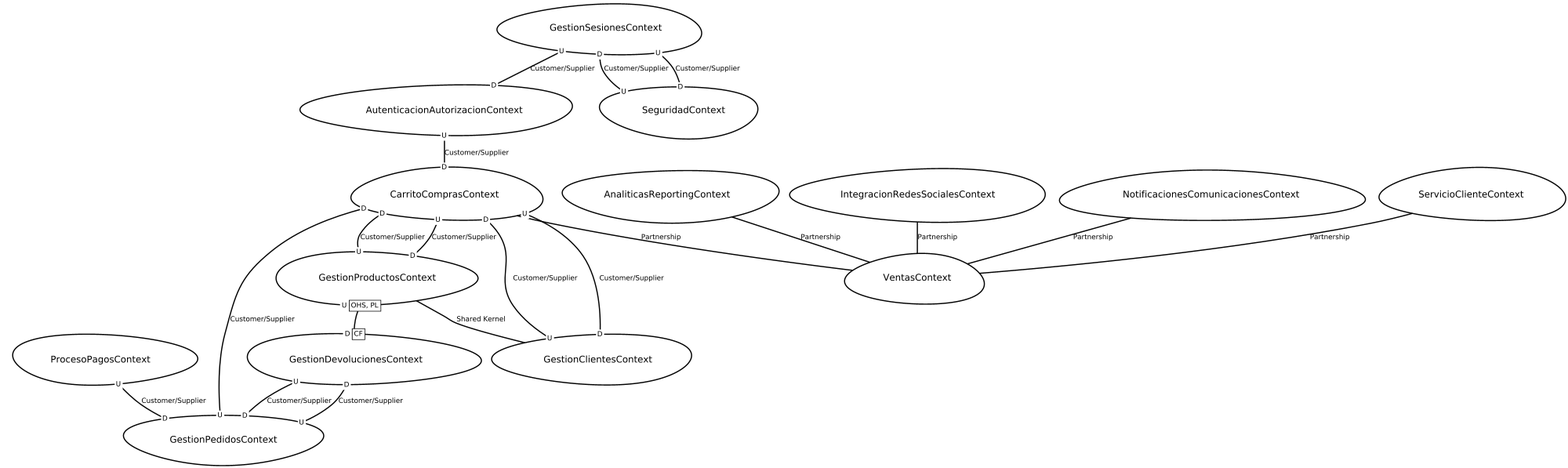
This is src-gen/LAB02_proyectoEcomerce_ContexMapper_ContextMap.png from Jhonat20/LAB02_proyectoEcomerce_ContexMapper, a Graphviz export, as it was before one commit. Its source is kept beside it as src-gen/LAB02_proyectoEcomerce_ContexMapper_ContextMap.gv.
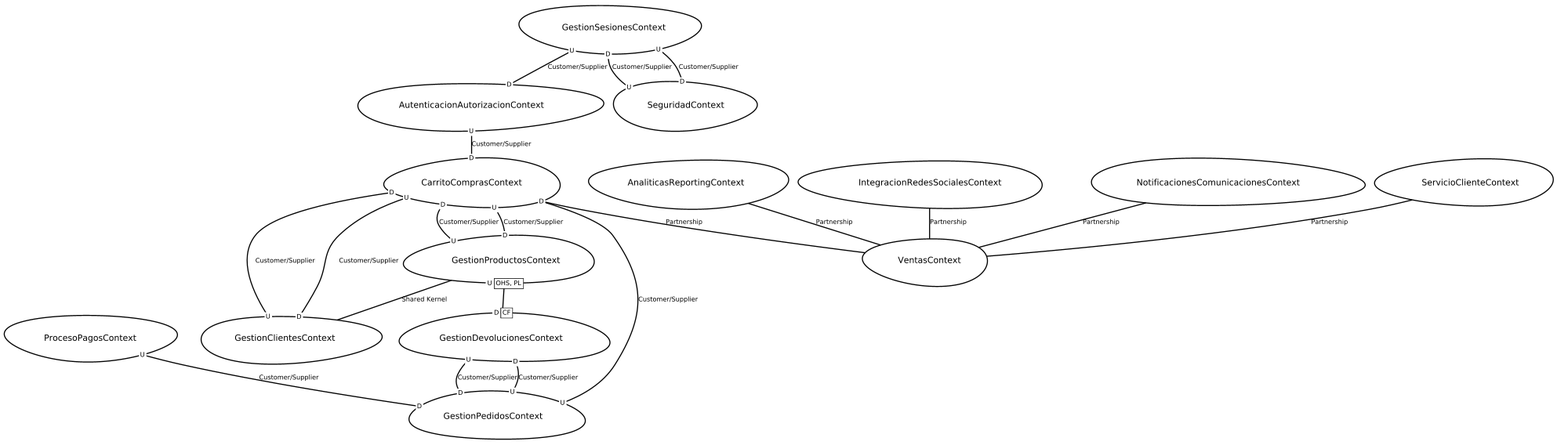
After the change.

The edit, as a diff of the source:
```diff
@@ -1,19 +1,19 @@
 digraph "ContextMapGraph" {
 graph ["imagepath"="/tmp/GraphvizJava"]
-"AnaliticasReportingContext" ["margin"="0.3","orientation"="189","shape"="egg","fontsize"="16","style"="bold","label"="AnaliticasReportingContext\n","fontname"="sans-serif"]
-"VentasContext" ["margin"="0.3","orientation"="171","shape"="egg","fontsize"="16","style"="bold","label"="VentasContext\n","fontname"="sans-serif"]
-"AutenticacionAutorizacionContext" ["margin"="0.3","orientation"="262","shape"="egg","fontsize"="16","style"="bold","label"="AutenticacionAutorizacionContext\n","fontname"="sans-serif"]
-"CarritoComprasContext" ["margin"="0.3","orientation"="28","shape"="egg","fontsize"="16","style"="bold","label"="CarritoComprasContext\n","fontname"="sans-serif"]
-"GestionProductosContext" ["margin"="0.3","orientation"="330","shape"="egg","fontsize"="16","style"="bold","label"="GestionProductosContext\n","fontname"="sans-serif"]
-"GestionClientesContext" ["margin"="0.3","orientation"="235","shape"="egg","fontsize"="16","style"="bold","label"="GestionClientesContext\n","fontname"="sans-serif"]
-"GestionDevolucionesContext" ["margin"="0.3","orientation"="97","shape"="egg","fontsize"="16","style"="bold","label"="GestionDevolucionesContext\n","fontname"="sans-serif"]
-"GestionPedidosContext" ["margin"="0.3","orientation"="270","shape"="egg","fontsize"="16","style"="bold","label"="GestionPedidosContext\n","fontname"="sans-serif"]
-"GestionSesionesContext" ["margin"="0.3","orientation"="22","shape"="egg","fontsize"="16","style"="bold","label"="GestionSesionesContext\n","fontname"="sans-serif"]
-"SeguridadContext" ["margin"="0.3","orientation"="213","shape"="egg","fontsize"="16","style"="bold","label"="SeguridadContext\n","fontname"="sans-serif"]
-"IntegracionRedesSocialesContext" ["margin"="0.3","orientation"="68","shape"="egg","fontsize"="16","style"="bold","label"="IntegracionRedesSocialesContext\n","fontname"="sans-serif"]
-"NotificacionesComunicacionesContext" ["margin"="0.3","orientation"="270","shape"="egg","fontsize"="16","style"="bold","label"="NotificacionesComunicacionesContext\n","fontname"="sans-serif"]
-"ProcesoPagosContext" ["margin"="0.3","orientation"="16","shape"="egg","fontsize"="16","style"="bold","label"="ProcesoPagosContext\n","fontname"="sans-serif"]
-"ServicioClienteContext" ["margin"="0.3","orientation"="305","shape"="egg","fontsize"="16","style"="bold","label"="ServicioClienteContext\n","fontname"="sans-serif"]
+"AnaliticasReportingContext" ["margin"="0.3","orientation"="313","shape"="egg","fontsize"="16","style"="bold","label"="AnaliticasReportingContext\n","fontname"="sans-serif"]
+"VentasContext" ["margin"="0.3","orientation"="36","shape"="egg","fontsize"="16","style"="bold","label"="VentasContext\n","fontname"="sans-serif"]
+"AutenticacionAutorizacionContext" ["margin"="0.3","orientation"="186","shape"="egg","fontsize"="16","style"="bold","label"="AutenticacionAutorizacionContext\n","fontname"="sans-serif"]
+"CarritoComprasContext" ["margin"="0.3","orientation"="159","shape"="egg","fontsize"="16","style"="bold","label"="CarritoComprasContext\n","fontname"="sans-serif"]
+"GestionProductosContext" ["margin"="0.3","orientation"="203","shape"="egg","fontsize"="16","style"="bold","label"="GestionProductosContext\n","fontname"="sans-serif"]
+"GestionDevolucionesContext" ["margin"="0.3","orientation"="139","shape"="egg","fontsize"="16","style"="bold","label"="GestionDevolucionesContext\n","fontname"="sans-serif"]
+"GestionPedidosContext" ["margin"="0.3","orientation"="45","shape"="egg","fontsize"="16","style"="bold","label"="GestionPedidosContext\n","fontname"="sans-serif"]
+"GestionClientesContext" ["margin"="0.3","orientation"="227","shape"="egg","fontsize"="16","style"="bold","label"="GestionClientesContext\n","fontname"="sans-serif"]
+"GestionSesionesContext" ["margin"="0.3","orientation"="21","shape"="egg","fontsize"="16","style"="bold","label"="GestionSesionesContext\n","fontname"="sans-serif"]
+"SeguridadContext" ["margin"="0.3","orientation"="53","shape"="egg","fontsize"="16","style"="bold","label"="SeguridadContext\n","fontname"="sans-serif"]
+"IntegracionRedesSocialesContext" ["margin"="0.3","orientation"="176","shape"="egg","fontsize"="16","style"="bold","label"="IntegracionRedesSocialesContext\n","fontname"="sans-serif"]
+"NotificacionesComunicacionesContext" ["margin"="0.3","orientation"="4","shape"="egg","fontsize"="16","style"="bold","label"="NotificacionesComunicacionesContext\n","fontname"="sans-serif"]
+"ProcesoPagosContext" ["margin"="0.3","orientation"="221","shape"="egg","fontsize"="16","style"="bold","label"="ProcesoPagosContext\n","fontname"="sans-serif"]
+"ServicioClienteContext" ["margin"="0.3","orientation"="75","shape"="egg","fontsize"="16","style"="bold","label"="ServicioClienteContext\n","fontname"="sans-serif"]
 "AnaliticasReportingContext" -> "VentasContext" ["fontsize"="12","style"="bold","label"="Partnership","dir"="none","fontname"="sans-serif"]
 "AutenticacionAutorizacionContext" -> "CarritoComprasContext" ["headlabel"=<<table cellspacing="0" cellborder="0" border="0">
 <tr><td bgcolor="white">D</td></tr>
@@ -25,13 +25,12 @@
 </table>>,"labeldistance"="0","fontsize"="12","taillabel"=<<table cellspacing="0" cellborder="0" border="0">
 <tr><td bgcolor="white">U</td></tr>
 </table>>,"style"="bold","label"="Customer/Supplier","dir"="none","fontname"="sans-serif"]
+"CarritoComprasContext" -> "VentasContext" ["fontsize"="12","style"="bold","label"="Partnership","dir"="none","fontname"="sans-serif"]
 "CarritoComprasContext" -> "GestionClientesContext" ["headlabel"=<<table cellspacing="0" cellborder="0" border="0">
 <tr><td bgcolor="white">D</td></tr>
 </table>>,"labeldistance"="0","fontsize"="12","taillabel"=<<table cellspacing="0" cellborder="0" border="0">
 <tr><td bgcolor="white">U</td></tr>
 </table>>,"style"="bold","label"="Customer/Supplier","dir"="none","fontname"="sans-serif"]
-"CarritoComprasContext" -> "VentasContext" ["fontsize"="12","style"="bold","label"="Partnership","dir"="none","fontname"="sans-serif"]
-"GestionProductosContext" -> "GestionClientesContext" ["fontsize"="12","style"="bold","label"="Shared Kernel","dir"="none","fontname"="sans-serif"]
 "GestionProductosContext" -> "GestionDevolucionesContext" ["headlabel"=<<table cellspacing="0" cellborder="1" border="0">
 <tr><td bgcolor="white" sides="r">D</td><td sides="trbl" bgcolor="white"><font>CF</font></td></tr>
 </table>>,"labeldistance"="0","fontsize"="12","taillabel"=<<table cellspacing="0" cellborder="1" border="0">
@@ -42,12 +41,13 @@
 </table>>,"labeldistance"="0","fontsize"="12","taillabel"=<<table cellspacing="0" cellborder="0" border="0">
 <tr><td bgcolor="white">U</td></tr>
 </table>>,"style"="bold","label"="Customer/Supplier","dir"="none","fontname"="sans-serif"]
-"GestionClientesContext" -> "CarritoComprasContext" ["headlabel"=<<table cellspacing="0" cellborder="0" border="0">
+"GestionProductosContext" -> "GestionClientesContext" ["fontsize"="12","style"="bold","label"="Shared Kernel","dir"="none","fontname"="sans-serif"]
+"GestionDevolucionesContext" -> "GestionPedidosContext" ["headlabel"=<<table cellspacing="0" cellborder="0" border="0">
 <tr><td bgcolor="white">D</td></tr>
 </table>>,"labeldistance"="0","fontsize"="12","taillabel"=<<table cellspacing="0" cellborder="0" border="0">
 <tr><td bgcolor="white">U</td></tr>
 </table>>,"style"="bold","label"="Customer/Supplier","dir"="none","fontname"="sans-serif"]
-"GestionDevolucionesContext" -> "GestionPedidosContext" ["headlabel"=<<table cellspacing="0" cellborder="0" border="0">
+"GestionPedidosContext" -> "CarritoComprasContext" ["headlabel"=<<table cellspacing="0" cellborder="0" border="0">
 <tr><td bgcolor="white">D</td></tr>
 </table>>,"labeldistance"="0","fontsize"="12","taillabel"=<<table cellspacing="0" cellborder="0" border="0">
 <tr><td bgcolor="white">U</td></tr>
@@ -57,17 +57,17 @@
 </table>>,"labeldistance"="0","fontsize"="12","taillabel"=<<table cellspacing="0" cellborder="0" border="0">
 <tr><td bgcolor="white">U</td></tr>
 </table>>,"style"="bold","label"="Customer/Supplier","dir"="none","fontname"="sans-serif"]
-"GestionPedidosContext" -> "CarritoComprasContext" ["headlabel"=<<table cellspacing="0" cellborder="0" border="0">
+"GestionClientesContext" -> "CarritoComprasContext" ["headlabel"=<<table cellspacing="0" cellborder="0" border="0">
+<tr><td bgcolor="white">D</td></tr>
+</table>>,"labeldistance"="0","fontsize"="12","taillabel"=<<table cellspacing="0" cellborder="0" border="0">
+<tr><td bgcolor="white">U</td></tr>
+</table>>,"style"="bold","label"="Customer/Supplier","dir"="none","fontname"="sans-serif"]
+"GestionSesionesContext" -> "SeguridadContext" ["headlabel"=<<table cellspacing="0" cellborder="0" border="0">
 <tr><td bgcolor="white">D</td></tr>
 </table>>,"labeldistance"="0","fontsize"="12","taillabel"=<<table cellspacing="0" cellborder="0" border="0">
 <tr><td bgcolor="white">U</td></tr>
 </table>>,"style"="bold","label"="Customer/Supplier","dir"="none","fontname"="sans-serif"]
 "GestionSesionesContext" -> "AutenticacionAutorizacionContext" ["headlabel"=<<table cellspacing="0" cellborder="0" border="0">
-<tr><td bgcolor="white">D</td></tr>
-</table>>,"labeldistance"="0","fontsize"="12","taillabel"=<<table cellspacing="0" cellborder="0" border="0">
-<tr><td bgcolor="white">U</td></tr>
-</table>>,"style"="bold","label"="Customer/Supplier","dir"="none","fontname"="sans-serif"]
-"GestionSesionesContext" -> "SeguridadContext" ["headlabel"=<<table cellspacing="0" cellborder="0" border="0">
 <tr><td bgcolor="white">D</td></tr>
 </table>>,"labeldistance"="0","fontsize"="12","taillabel"=<<table cellspacing="0" cellborder="0" border="0">
 <tr><td bgcolor="white">U</td></tr>
```
